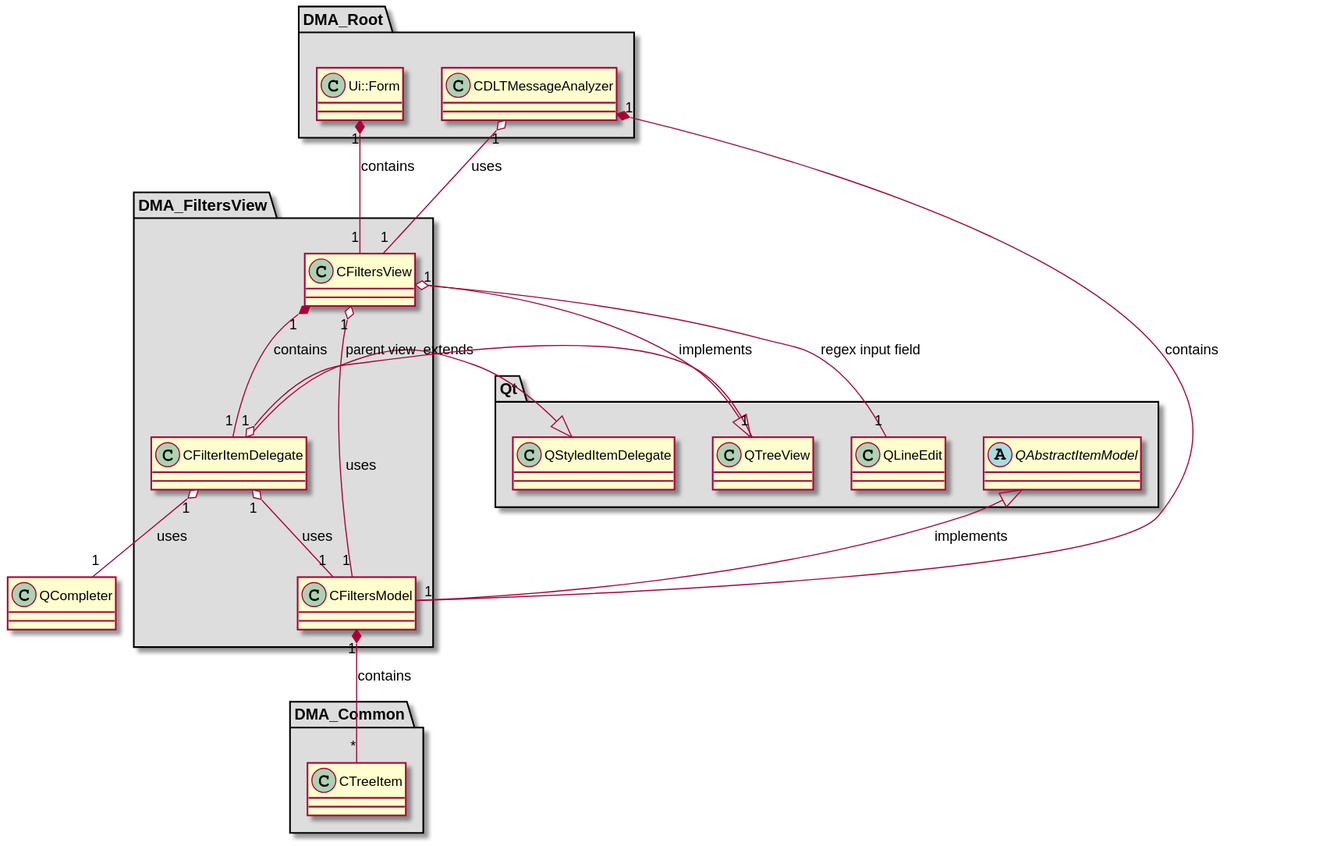
svlad-90/DLT-Message-Analyzer keeps this PlantUML diagram as md/dev_docs/puml/DMA_FiltersView.svg. Above is the earlier version.
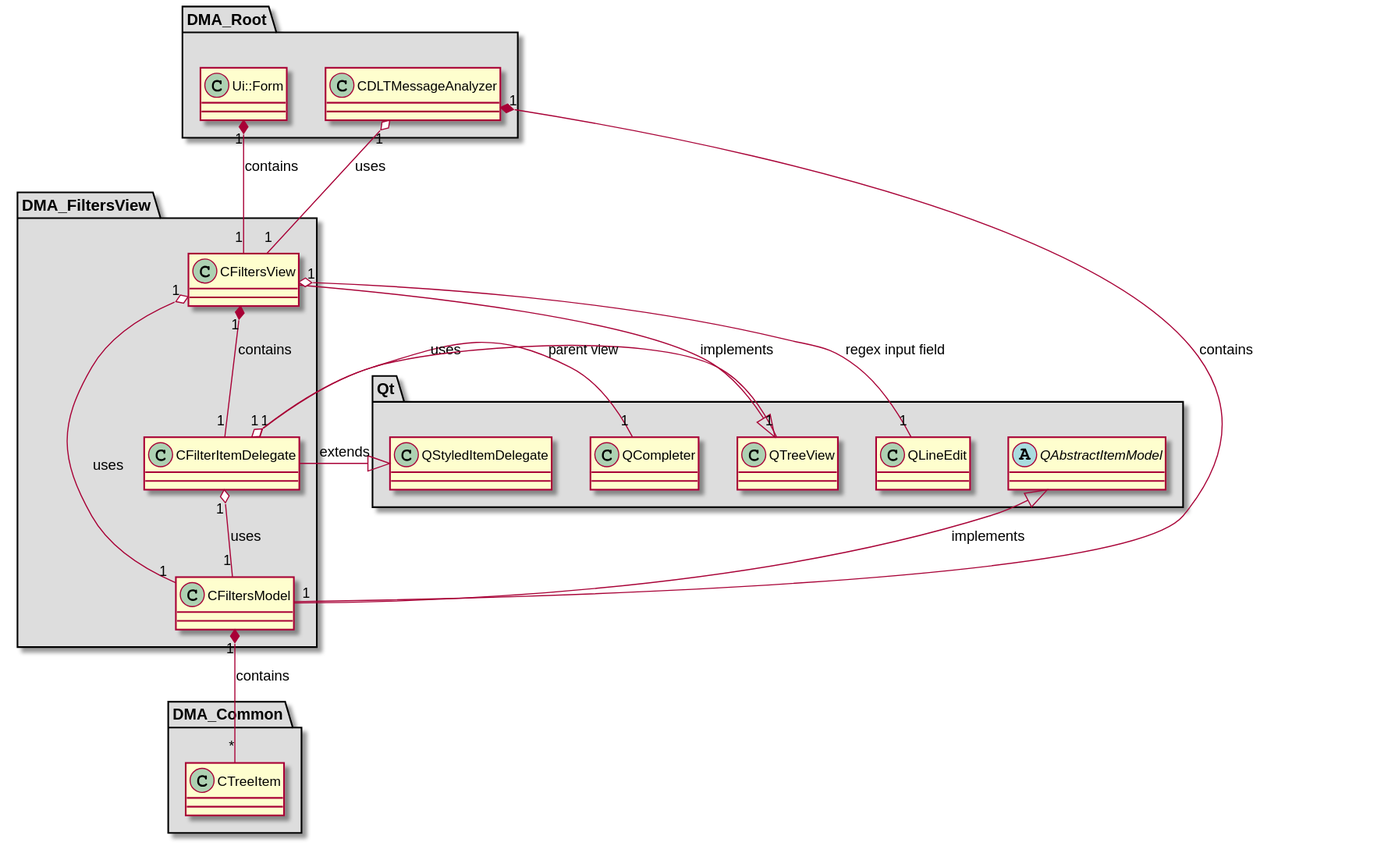
The same diagram one commit later.

Diff of the diagram source:
```diff
@@ -47,6 +47,10 @@
 {
 }
 
+class "QCompleter"
+{
+}
+
 class "QLineEdit"
 {
 }
```
